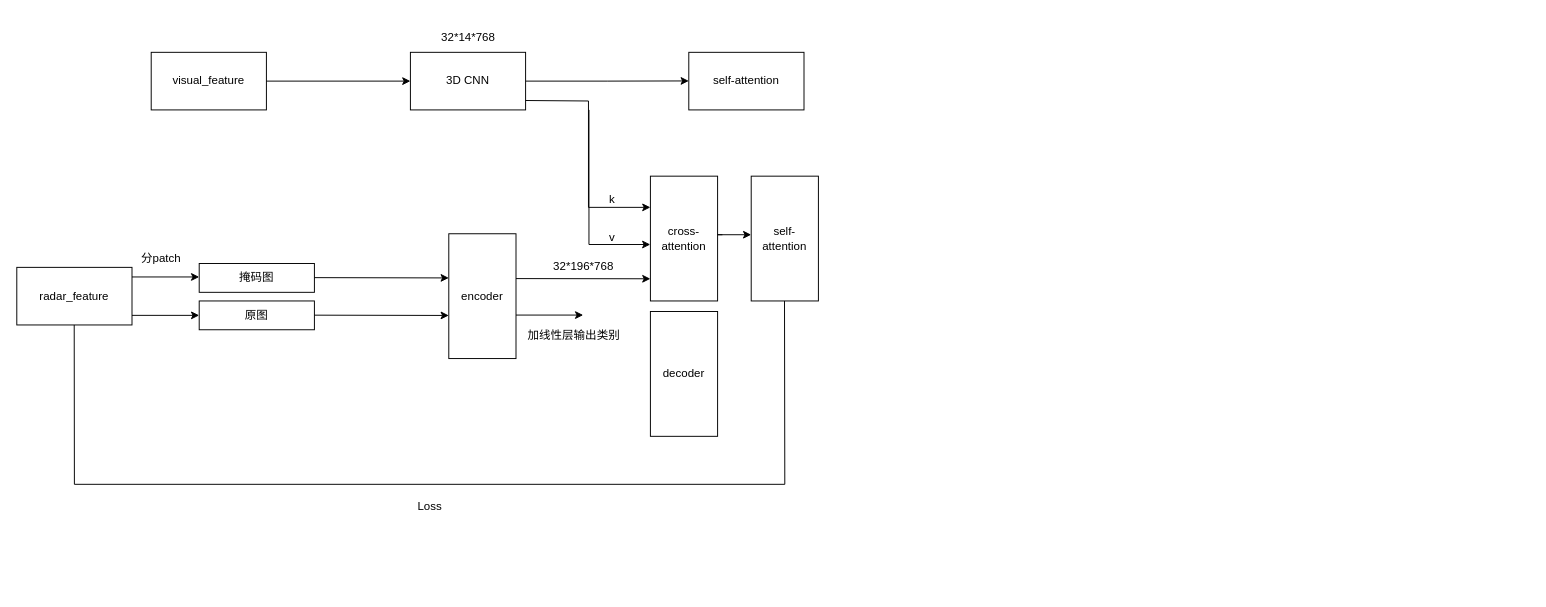
Above: 捋课题代码.drawio in qq1937443459/Drawing-Repository (draw.io), before the change. Source tidied: cells renumbered, new cells numbered last; positions are measured from the earlier drawing's top-left corner, leaving out a move shared by most shapes. Both pictures are drawn from the tidied source at 96%, with x=0, y=0 at pixel (16, 23).
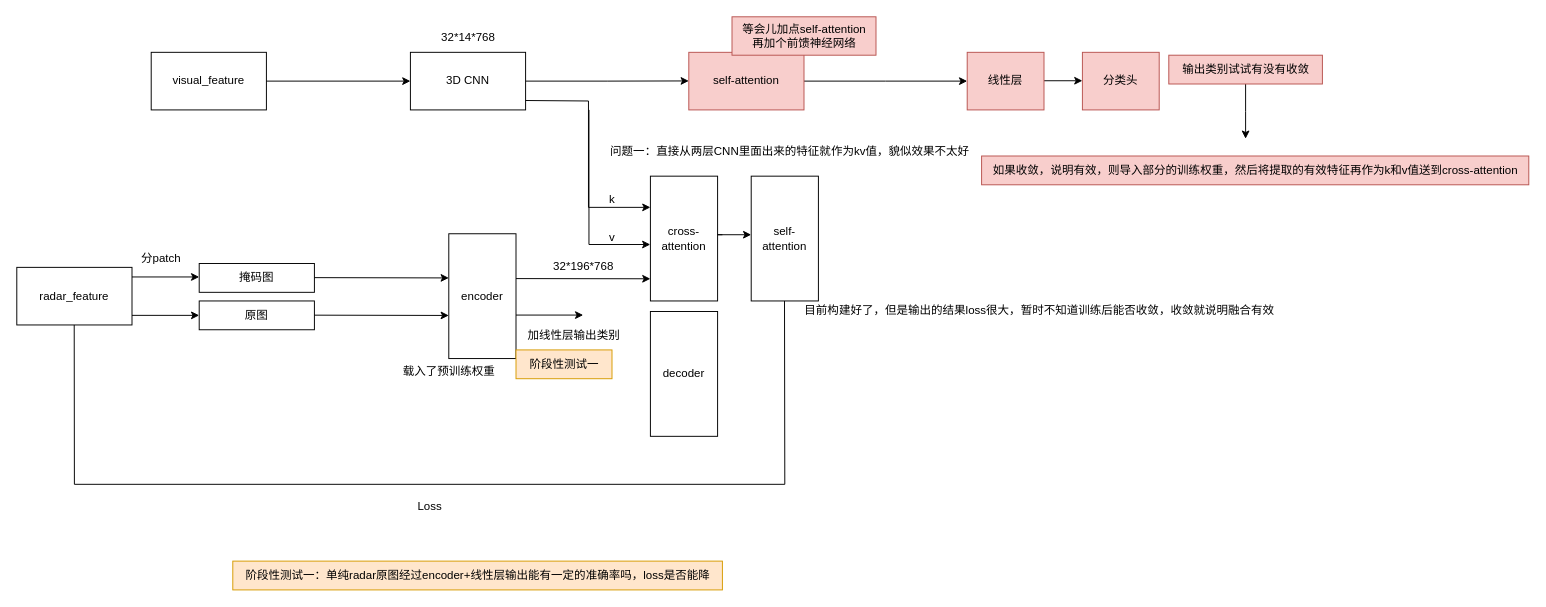
Above is the later version.

Commit message (it also covers changes not shown here):
更新捋课题代码.drawio

Change to the diagram source:
```diff
@@
+    <mxCell id="33" style="edgeStyle=orthogonalEdgeStyle;rounded=0;jettySize=auto;html=1;" parent="1" edge="1" source="10">
+      <mxGeometry relative="1" as="geometry">
+        <mxPoint x="990" y="60" as="targetPoint" />
+      </mxGeometry>
+    </mxCell>
-    <mxCell id="10" value="self-attention" style="whiteSpace=wrap;html=1;" parent="1" vertex="1">
+    <mxCell id="10" value="self-attention" style="whiteSpace=wrap;html=1;fillColor=#f8cecc;strokeColor=#b85450;" parent="1" vertex="1">
       <mxGeometry x="700" y="30" width="120" height="60" as="geometry" />
     </mxCell>
@@
+    <mxCell id="34" value="阶段性测试一：单纯radar原图经过encoder+线性层输出能有一定的准确率吗，loss是否能降" style="text;html=1;align=center;verticalAlign=middle;strokeColor=#d79b00;fillColor=#ffe6cc;" parent="1" vertex="1">
+      <mxGeometry x="225" y="560" width="510" height="30" as="geometry" />
+    </mxCell>
+    <mxCell id="35" value="阶段性测试一" style="text;html=1;align=center;verticalAlign=middle;strokeColor=#d79b00;fillColor=#ffe6cc;" parent="1" vertex="1">
+      <mxGeometry x="520" y="340" width="100" height="30" as="geometry" />
+    </mxCell>
+    <mxCell id="36" value="目前构建好了，但是输出的结果loss很大，暂时不知道训练后能否收敛，收敛就说明融合有效" style="text;html=1;align=center;verticalAlign=middle;strokeColor=none;fillColor=none;" parent="1" vertex="1">
+      <mxGeometry x="810" y="284" width="510" height="30" as="geometry" />
+    </mxCell>
+    <mxCell id="37" value="载入了预训练权重" style="text;html=1;align=center;verticalAlign=middle;strokeColor=none;fillColor=none;" parent="1" vertex="1">
+      <mxGeometry x="390" y="348" width="120" height="30" as="geometry" />
+    </mxCell>
+    <mxCell id="38" value="问题一：直接从两层CNN里面出来的特征就作为kv值，貌似效果不太好" style="text;html=1;align=center;verticalAlign=middle;strokeColor=none;fillColor=none;" parent="1" vertex="1">
+      <mxGeometry x="605" y="118" width="400" height="30" as="geometry" />
+    </mxCell>
+    <mxCell id="39" value="等会儿加点self-attention&lt;div&gt;再加个前馈神经网络&lt;/div&gt;" style="text;html=1;align=center;verticalAlign=middle;strokeColor=#b85450;fillColor=#f8cecc;" parent="1" vertex="1">
+      <mxGeometry x="745" y="-7" width="150" height="40" as="geometry" />
+    </mxCell>
+    <mxCell id="40" style="edgeStyle=orthogonalEdgeStyle;rounded=0;orthogonalLoop=1;jettySize=auto;html=1;" parent="1" edge="1">
+      <mxGeometry relative="1" as="geometry">
+        <mxPoint x="1060" y="59.6" as="sourcePoint" />
+        <mxPoint x="1110" y="59.6" as="targetPoint" />
+      </mxGeometry>
+    </mxCell>
+    <mxCell id="41" style="edgeStyle=orthogonalEdgeStyle;rounded=0;jettySize=auto;html=1;" parent="1" edge="1" source="42">
+      <mxGeometry relative="1" as="geometry">
+        <mxPoint x="1280" y="120" as="targetPoint" />
+      </mxGeometry>
+    </mxCell>
+    <mxCell id="42" value="输出类别试试有没有收敛" style="text;html=1;align=center;verticalAlign=middle;points=[];strokeColor=#b85450;fillColor=#f8cecc;" parent="1" vertex="1">
+      <mxGeometry x="1200" y="33" width="160" height="30" as="geometry" />
+    </mxCell>
+    <mxCell id="43" value="线性层" style="whiteSpace=wrap;html=1;fillColor=#f8cecc;strokeColor=#b85450;" parent="1" vertex="1">
+      <mxGeometry x="990" y="30" width="80" height="60" as="geometry" />
+    </mxCell>
+    <mxCell id="44" value="分类头" style="whiteSpace=wrap;html=1;fillColor=#f8cecc;strokeColor=#b85450;" parent="1" vertex="1">
+      <mxGeometry x="1110" y="30" width="80" height="60" as="geometry" />
+    </mxCell>
+    <mxCell id="45" value="如果收敛，说明有效，则导入部分的训练权重，然后将提取的有效特征再作为k和v值送到cross-attention" style="text;html=1;align=center;verticalAlign=middle;strokeColor=#b85450;fillColor=#f8cecc;" parent="1" vertex="1">
+      <mxGeometry x="1005" y="138" width="570" height="30" as="geometry" />
+    </mxCell>
```
